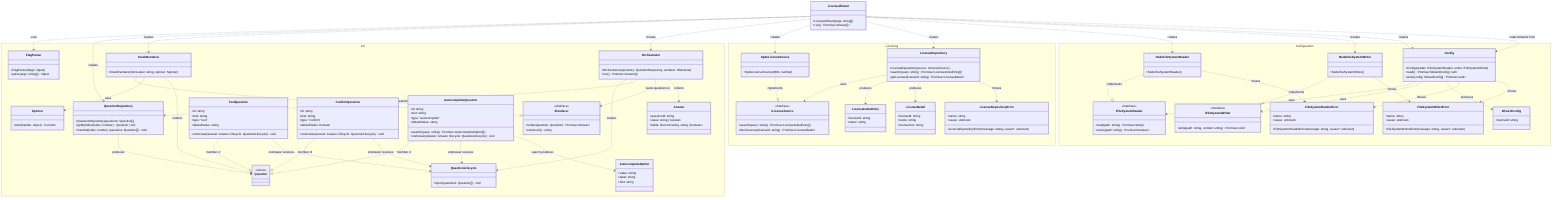
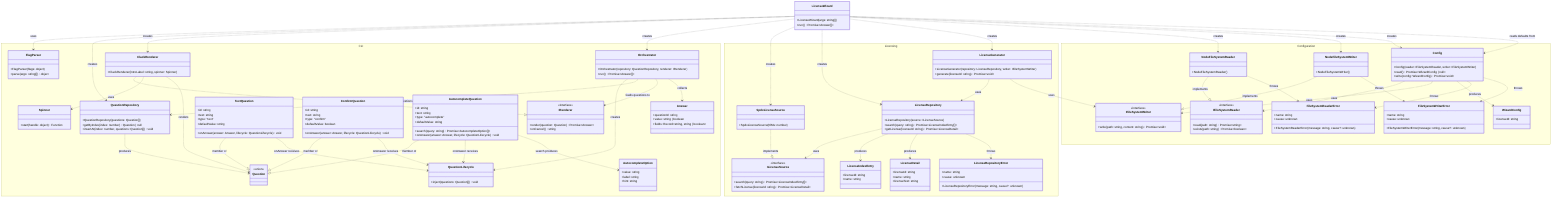
classDiagram
  direction TB

  class LicenseWizard {
    +LicenseWizard(args: string[])
    +run() Promise~Answer[]~
  }

  namespace CLI {
    class FlagParser {
      +FlagParser(flags: object)
      +parse(args: string[]) object
    }

    class Orchestrator {
      +Orchestrator(repository: QuestionRepository, renderer: IRenderer)
      +run() Promise~Answer[]~
    }

    class IRenderer {
      <<interface>>
      +render(question: Question) Promise~Answer~
      +onCancel() string
    }

    class ClackRenderer {
      +ClackRenderer(introLabel: string, spinner: Spinner)
    }

    class Spinner {
      +start(handle: object) Function
    }

    class QuestionRepository {
      +QuestionRepository(questions: Question[])
      +getByIndex(index: number) Question | null
      +insertAt(index: number, questions: Question[]) void
    }

    class QuestionLifecycle {
      +inject(questions: Question[]) void
    }

    class Question {
      <<union>>
    }

    class TextQuestion {
      +id: string
      +text: string
      +type: "text"
      +defaultValue: string
      +onAnswer(answer: Answer, lifecycle: QuestionLifecycle) void
    }

    class ConfirmQuestion {
      +id: string
      +text: string
      +type: "confirm"
      +defaultValue: boolean
      +onAnswer(answer: Answer, lifecycle: QuestionLifecycle) void
    }

    class AutocompleteQuestion {
      +id: string
      +text: string
      +type: "autocomplete"
      +defaultValue: string
      +search(query: string) Promise~AutocompleteOption[]~
      +onAnswer(answer: Answer, lifecycle: QuestionLifecycle) void
    }

    class AutocompleteOption {
      +value: string
      +label: string
      +hint: string
    }

    class Answer {
      +questionId: string
      +value: string | boolean
      +fields: Record~string, string | boolean~
    }
  }

  namespace Licensing {
    class LicenseRepository {
      +LicenseRepository(source: ILicenseSource)
      +search(query: string) Promise~LicenseIndexEntry[]~
      +getLicense(licenseId: string) Promise~LicenseDetail~
    }

    class LicenseRepositoryError {
      +name: string
      +cause: unknown
      +LicenseRepositoryError(message: string, cause?: unknown)
    }

    class ILicenseSource {
      <<interface>>
      +search(query: string) Promise~LicenseIndexEntry[]~
      +fetchLicense(licenseId: string) Promise~LicenseDetail~
    }

    class SpdxLicenseSource {
      +SpdxLicenseSource(ttlMs: number)
    }

    class LicenseIndexEntry {
      +licenseId: string
      +name: string
    }

    class LicenseDetail {
      +licenseId: string
      +name: string
      +licenseText: string
+     }
+ 
+     class LicenseGenerator {
+       +LicenseGenerator(repository: LicenseRepository, writer: IFileSystemWriter)
+       +generate(licenseId: string) Promise~void~
    }
  }

  namespace Configuration {
    class IFileSystemReader {
      <<interface>>
      +read(path: string) Promise~string~
      +exists(path: string) Promise~boolean~
    }

    class IFileSystemWriter {
      <<interface>>
      +write(path: string, content: string) Promise~void~
    }

    class NodeFileSystemReader {
      +NodeFileSystemReader()
    }

    class NodeFileSystemWriter {
      +NodeFileSystemWriter()
    }

    class FileSystemReaderError {
      +name: string
      +cause: unknown
      +FileSystemReaderError(message: string, cause?: unknown)
    }

    class FileSystemWriterError {
      +name: string
      +cause: unknown
      +FileSystemWriterError(message: string, cause?: unknown)
    }

    class WizardConfig {
      +licenseId: string
    }

    class Config {
      +Config(reader: IFileSystemReader, writer: IFileSystemWriter)
      +read() Promise~WizardConfig | null~
      +write(config: WizardConfig) Promise~void~
    }
  }

  TextQuestion ..|> Question : member of
  ConfirmQuestion ..|> Question : member of
  AutocompleteQuestion ..|> Question : member of
  TextQuestion ..> QuestionLifecycle : onAnswer receives
  ConfirmQuestion ..> QuestionLifecycle : onAnswer receives
  AutocompleteQuestion ..> QuestionLifecycle : onAnswer receives
  Orchestrator ..> QuestionLifecycle : creates
  ClackRenderer ..|> IRenderer : implements
  ClackRenderer ..> Spinner : uses
  LicenseWizard ..> FlagParser : uses
  LicenseWizard ..> QuestionRepository : creates
  LicenseWizard ..> ClackRenderer : creates
  LicenseWizard ..> Orchestrator : creates
  LicenseWizard ..> SpdxLicenseSource : creates
  LicenseWizard ..> LicenseRepository : creates
+   LicenseWizard ..> LicenseGenerator : creates
  Orchestrator ..> QuestionRepository : gets questions from
  Orchestrator ..> IRenderer : feeds questions to
  ClackRenderer ..> Question : renders
  QuestionRepository ..> Question : produces
  AutocompleteQuestion ..> AutocompleteOption : search produces
  Orchestrator ..> Answer : collects
  SpdxLicenseSource ..|> ILicenseSource : implements
  LicenseRepository ..> ILicenseSource : uses
  LicenseRepository ..> LicenseIndexEntry : produces
  LicenseRepository ..> LicenseDetail : produces
  LicenseRepository ..> LicenseRepositoryError : throws
+   LicenseGenerator ..> LicenseRepository : uses
+   LicenseGenerator ..> IFileSystemWriter : uses
  NodeFileSystemReader ..|> IFileSystemReader : implements
  NodeFileSystemWriter ..|> IFileSystemWriter : implements
  NodeFileSystemReader ..> FileSystemReaderError : throws
  NodeFileSystemWriter ..> FileSystemWriterError : throws
  Config ..> IFileSystemReader : uses
  Config ..> IFileSystemWriter : uses
  Config ..> WizardConfig : produces
  Config ..> FileSystemReaderError : throws
  Config ..> FileSystemWriterError : throws
  LicenseWizard ..> NodeFileSystemReader : creates
  LicenseWizard ..> NodeFileSystemWriter : creates
  LicenseWizard ..> Config : creates
  LicenseWizard ..> Config : reads defaults from
